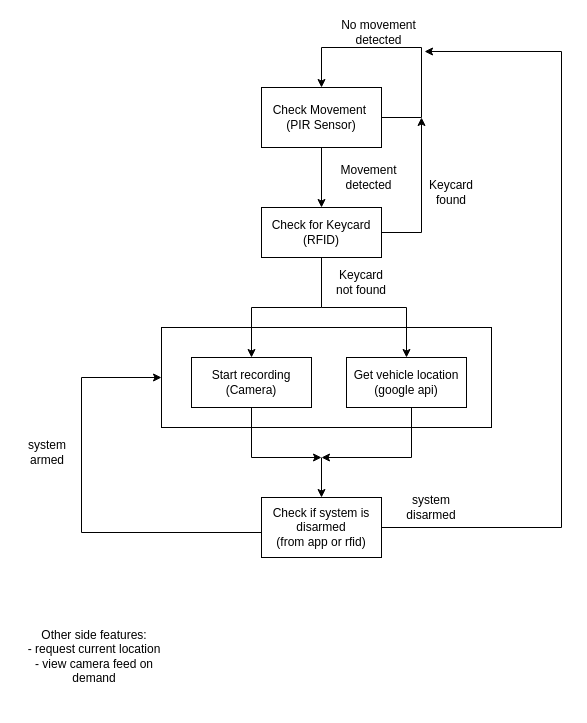
CarSecuritySystemGroup/flowcharts keeps this draw.io diagram as MicroControllerSWFlow.drawio. Above is the earlier version. Source tidied: cells renumbered, new cells numbered last; positions are measured from the earlier drawing's top-left corner, leaving out a move shared by most shapes. Both pictures are drawn from the tidied source at 100%, with x=0, y=0 at pixel (17, 17).
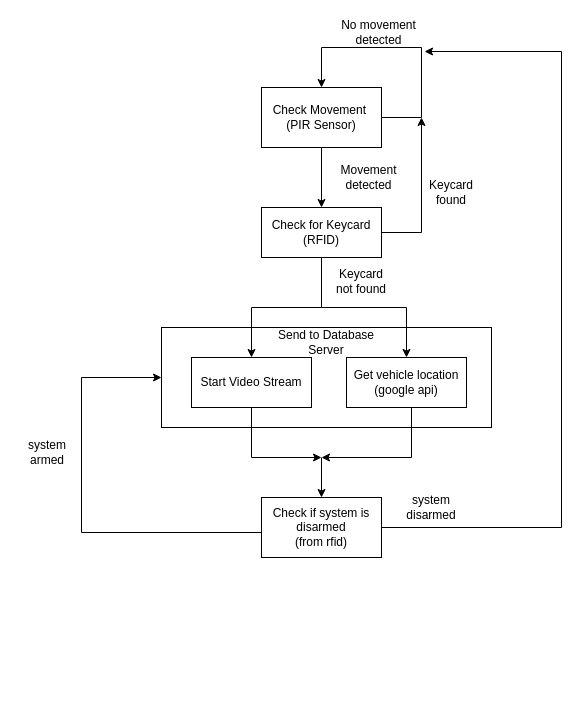
After the change.

The edit, as a diff of the source:
```diff
@@
+    <mxCell id="15" style="rounded=0;whiteSpace=wrap;html=1;fillColor=none;" parent="1" vertex="1">
+      <mxGeometry x="144" y="310" width="330" height="100" as="geometry" />
+    </mxCell>
@@
-    <mxCell id="7" value="Start recording&lt;br&gt;(Camera)" style="rounded=0;whiteSpace=wrap;html=1;" parent="1" vertex="1">
+    <mxCell id="7" value="Start Video Stream" style="rounded=0;whiteSpace=wrap;html=1;" parent="1" vertex="1">
       <mxGeometry x="174" y="340" width="120" height="50" as="geometry" />
     </mxCell>
@@
     <mxCell id="12" value="Keycard not found" style="text;html=1;strokeColor=none;fillColor=none;align=center;verticalAlign=middle;whiteSpace=wrap;rounded=0;" parent="1" vertex="1">
-      <mxGeometry x="314" y="250" width="60" height="30" as="geometry" />
+      <mxGeometry x="314" y="249" width="60" height="30" as="geometry" />
     </mxCell>
@@
-    <mxCell id="15" style="rounded=0;whiteSpace=wrap;html=1;fillColor=none;" parent="1" vertex="1">
-      <mxGeometry x="144" y="310" width="330" height="100" as="geometry" />
-    </mxCell>
@@
-    <mxCell id="18" value="Check if system is disarmed&lt;br&gt;(from app or rfid)" style="rounded=0;whiteSpace=wrap;html=1;" parent="1" vertex="1">
+    <mxCell id="18" value="Check if system is disarmed&lt;br&gt;(from rfid)" style="rounded=0;whiteSpace=wrap;html=1;" parent="1" vertex="1">
       <mxGeometry x="244" y="480" width="120" height="60" as="geometry" />
     </mxCell>
@@
-    <mxCell id="24" value="Other side features:&lt;br&gt;- request current location&lt;br&gt;- view camera feed on demand" style="text;html=1;strokeColor=none;fillColor=none;align=center;verticalAlign=middle;whiteSpace=wrap;rounded=0;" parent="1" vertex="1">
-      <mxGeometry y="589" width="154" height="100" as="geometry" />
-    </mxCell>
+    <mxCell id="25" value="Send to Database Server" style="text;html=1;strokeColor=none;fillColor=none;align=center;verticalAlign=middle;whiteSpace=wrap;rounded=0;" parent="1" vertex="1">
+      <mxGeometry x="254" y="310" width="110" height="30" as="geometry" />
+    </mxCell>
```
